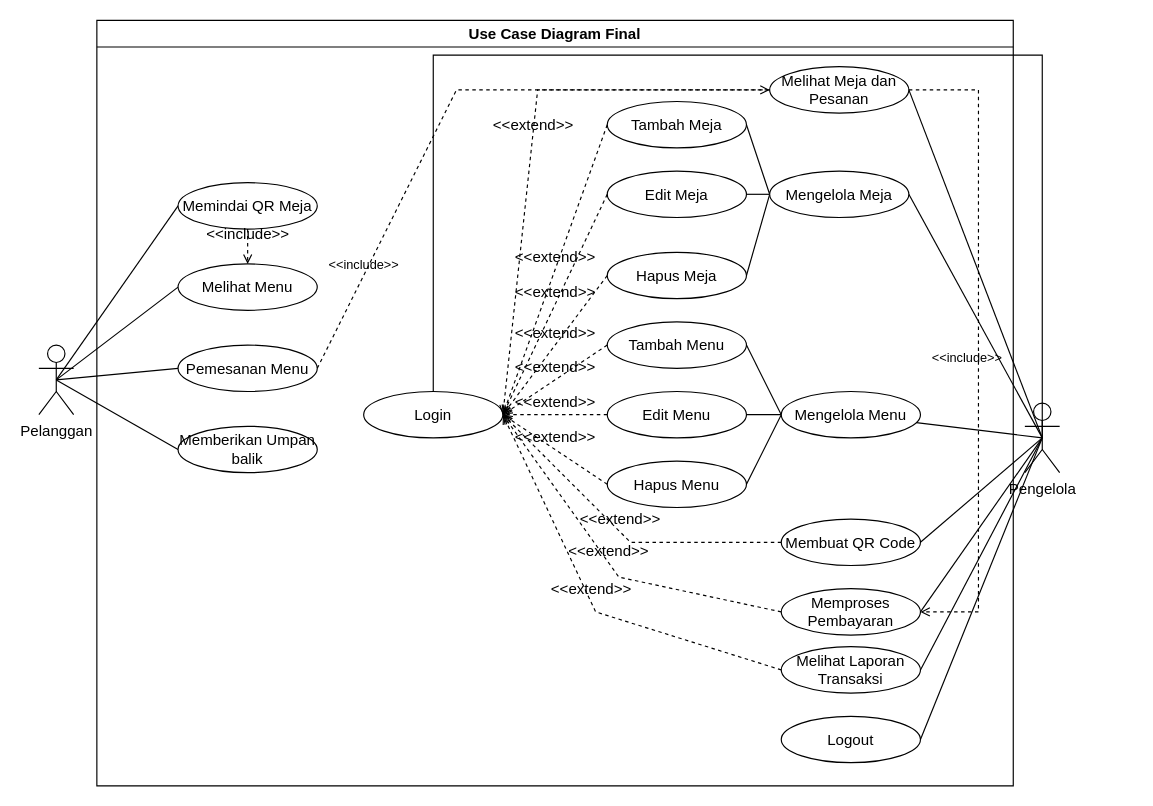
Earlier version of the draw.io diagram Docs/Use Case/final diagram.drawio (gustitriprayoga/Sistem-Pembayaran-QR). Source tidied: cells renumbered, new cells numbered last; positions are measured from the earlier drawing's top-left corner, leaving out a move shared by most shapes. Both pictures are drawn from the tidied source at 116%, with x=0, y=0 at pixel (38, 20).
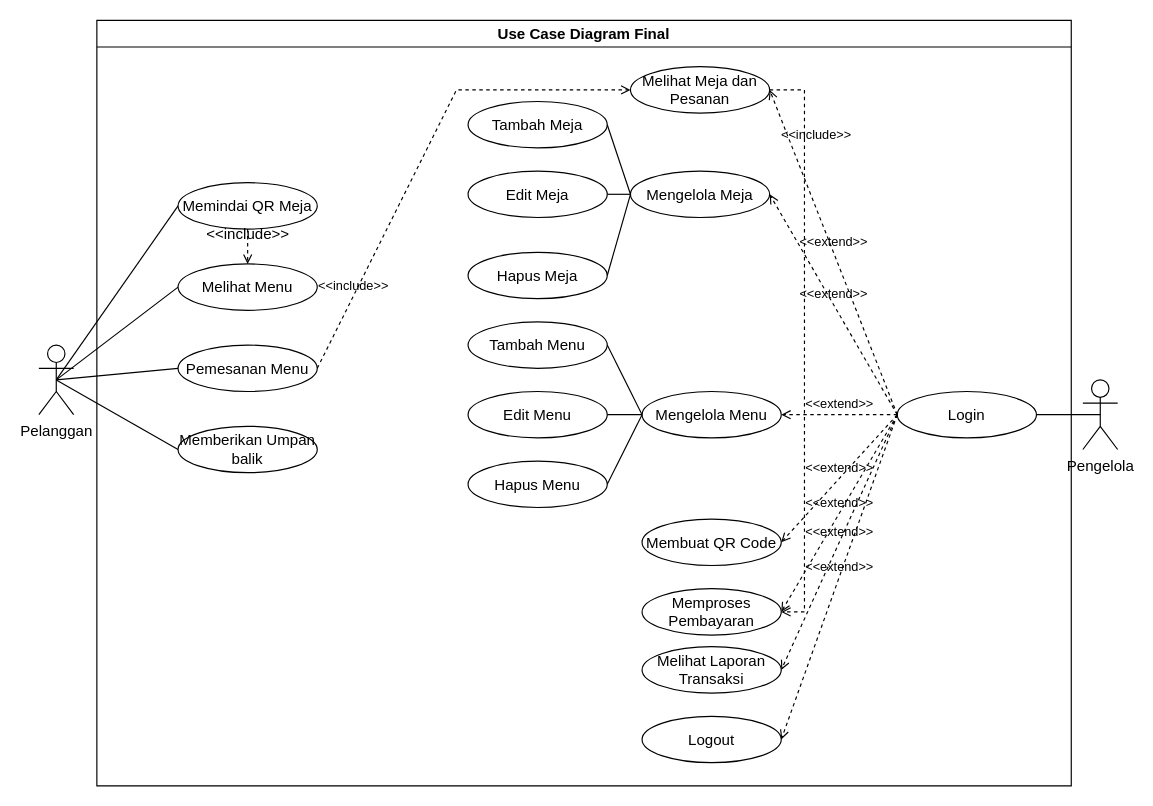
After the change.

Unchanged cells that the change refers to:
```xml
<mxCell id="14" value="Memindai QR Meja" style="ellipse;whiteSpace=wrap;html=1;fontSize=13;" parent="1" vertex="1">
  <mxGeometry x="120" y="140" width="120" height="40" as="geometry" />
</mxCell>
<mxCell id="16" value="Melihat Menu" style="ellipse;whiteSpace=wrap;html=1;fontSize=13;" parent="1" vertex="1">
  <mxGeometry x="120" y="210" width="120" height="40" as="geometry" />
</mxCell>
```

The edit, as a diff of the source:
```diff
@@
-    <mxCell id="7" style="rounded=0;jettySize=auto;html=1;exitX=0.5;exitY=0.5;exitDx=0;exitDy=0;exitPerimeter=0;entryX=1;entryY=0.5;entryDx=0;entryDy=0;endArrow=none;startFill=0;fontSize=13;" parent="1" edge="1" source="13" target="29">
-      <mxGeometry relative="1" as="geometry" />
-    </mxCell>
-    <mxCell id="8" style="rounded=0;jettySize=auto;html=1;exitX=0.5;exitY=0.5;exitDx=0;exitDy=0;exitPerimeter=0;entryX=1;entryY=0.5;entryDx=0;entryDy=0;endArrow=none;startFill=0;fontSize=13;" parent="1" edge="1" source="13" target="28">
-      <mxGeometry relative="1" as="geometry" />
-    </mxCell>
-    <mxCell id="9" style="rounded=0;jettySize=auto;html=1;exitX=0.5;exitY=0.5;exitDx=0;exitDy=0;exitPerimeter=0;endArrow=none;startFill=0;fontSize=13;" parent="1" edge="1" source="13" target="24">
-      <mxGeometry relative="1" as="geometry" />
-    </mxCell>
-    <mxCell id="10" style="rounded=0;jettySize=auto;html=1;exitX=0.5;exitY=0.5;exitDx=0;exitDy=0;exitPerimeter=0;entryX=1;entryY=0.5;entryDx=0;entryDy=0;endArrow=none;startFill=0;fontSize=13;" parent="1" edge="1" source="13" target="47">
-      <mxGeometry relative="1" as="geometry" />
-    </mxCell>
-    <mxCell id="11" style="rounded=0;jettySize=auto;html=1;exitX=0.5;exitY=0.5;exitDx=0;exitDy=0;exitPerimeter=0;entryX=1;entryY=0.5;entryDx=0;entryDy=0;endArrow=none;startFill=0;fontSize=13;" parent="1" edge="1" source="13" target="48">
-      <mxGeometry relative="1" as="geometry" />
-    </mxCell>
-    <mxCell id="12" style="rounded=0;jettySize=auto;html=1;exitX=0.5;exitY=0.5;exitDx=0;exitDy=0;exitPerimeter=0;entryX=1;entryY=0.5;entryDx=0;entryDy=0;endArrow=none;startFill=0;fontSize=13;" parent="1" edge="1" source="13" target="49">
-      <mxGeometry relative="1" as="geometry" />
-    </mxCell>
     <mxCell id="13" value="Pengelola" style="shape=umlActor;verticalLabelPosition=bottom;verticalAlign=top;html=1;outlineConnect=0;fontSize=13;" parent="1" vertex="1">
-      <mxGeometry x="850" y="330" width="30" height="60" as="geometry" />
+      <mxGeometry x="900" y="310" width="30" height="60" as="geometry" />
     </mxCell>
@@
-    <mxCell id="15" value="Login" style="ellipse;whiteSpace=wrap;html=1;fontSize=13;" parent="1" vertex="1">
-      <mxGeometry x="280" y="320" width="120" height="40" as="geometry" />
-    </mxCell>
@@
+    <mxCell id="20" value="Pemesanan Menu" style="ellipse;whiteSpace=wrap;html=1;fontSize=13;" parent="1" vertex="1">
+      <mxGeometry x="120" y="280" width="120" height="40" as="geometry" />
+    </mxCell>
+    <mxCell id="43" value="&amp;lt;&amp;lt;include&amp;gt;&amp;gt;" style="html=1;verticalAlign=bottom;labelBackgroundColor=none;endArrow=open;endFill=0;dashed=1;rounded=0;exitX=0.5;exitY=1;exitDx=0;exitDy=0;entryX=0.5;entryY=0;entryDx=0;entryDy=0;fontSize=13;" parent="1" edge="1" source="14" target="16">
+      <mxGeometry relative="1" as="geometry" />
+    </mxCell>
+    <mxCell id="44" value="Use Case Diagram Final" style="swimlane;whiteSpace=wrap;html=1;fontSize=13;" parent="1" vertex="1">
+      <mxGeometry x="50" width="840" height="660" as="geometry" />
+    </mxCell>
+    <mxCell id="45" value="Memberikan Umpan balik" style="ellipse;whiteSpace=wrap;html=1;fontSize=13;" parent="44" vertex="1">
+      <mxGeometry x="70" y="350" width="120" height="40" as="geometry" />
+    </mxCell>
+    <mxCell id="30" value="Tambah Meja" style="ellipse;whiteSpace=wrap;html=1;fontSize=13;" parent="44" vertex="1">
+      <mxGeometry x="320" y="70" width="120" height="40" as="geometry" />
+    </mxCell>
+    <mxCell id="29" value="Melihat Meja dan Pesanan" style="ellipse;whiteSpace=wrap;html=1;fontSize=13;" parent="44" vertex="1">
+      <mxGeometry x="460" y="40" width="120" height="40" as="geometry" />
+    </mxCell>
+    <mxCell id="31" value="Edit Meja" style="ellipse;whiteSpace=wrap;html=1;fontSize=13;" parent="44" vertex="1">
+      <mxGeometry x="320" y="130" width="120" height="40" as="geometry" />
+    </mxCell>
+    <mxCell id="32" value="Hapus Meja" style="ellipse;whiteSpace=wrap;html=1;fontSize=13;" parent="44" vertex="1">
+      <mxGeometry x="320" y="200" width="120" height="40" as="geometry" />
+    </mxCell>
-    <mxCell id="17" value="Tambah Menu" style="ellipse;whiteSpace=wrap;html=1;fontSize=13;" parent="1" vertex="1">
-      <mxGeometry x="490" y="260" width="120" height="40" as="geometry" />
+    <mxCell id="17" value="Tambah Menu" style="ellipse;whiteSpace=wrap;html=1;fontSize=13;" parent="44" vertex="1">
+      <mxGeometry x="320" y="260" width="120" height="40" as="geometry" />
     </mxCell>
-    <mxCell id="18" value="Edit Menu" style="ellipse;whiteSpace=wrap;html=1;fontSize=13;" parent="1" vertex="1">
-      <mxGeometry x="490" y="320" width="120" height="40" as="geometry" />
+    <mxCell id="18" value="Edit Menu" style="ellipse;whiteSpace=wrap;html=1;fontSize=13;" parent="44" vertex="1">
+      <mxGeometry x="320" y="320" width="120" height="40" as="geometry" />
     </mxCell>
-    <mxCell id="19" value="Hapus Menu" style="ellipse;whiteSpace=wrap;html=1;fontSize=13;" parent="1" vertex="1">
-      <mxGeometry x="490" y="380" width="120" height="40" as="geometry" />
+    <mxCell id="19" value="Hapus Menu" style="ellipse;whiteSpace=wrap;html=1;fontSize=13;" parent="44" vertex="1">
+      <mxGeometry x="320" y="380" width="120" height="40" as="geometry" />
     </mxCell>
-    <mxCell id="20" value="Pemesanan Menu" style="ellipse;whiteSpace=wrap;html=1;fontSize=13;" parent="1" vertex="1">
-      <mxGeometry x="120" y="280" width="120" height="40" as="geometry" />
-    </mxCell>
+    <mxCell id="52" value="&amp;lt;&amp;lt;include&amp;gt;&amp;gt;" style="html=1;verticalAlign=bottom;labelBackgroundColor=none;endArrow=open;endFill=0;dashed=1;rounded=0;exitX=1;exitY=0.5;exitDx=0;exitDy=0;entryX=1;entryY=0.5;entryDx=0;entryDy=0;" parent="44" edge="1" source="29" target="48">
+      <mxGeometry x="-0.69" y="10" relative="1" as="geometry">
+        <Array as="points">
+          <mxPoint x="610" y="60" />
+          <mxPoint x="610" y="320" />
+          <mxPoint x="610" y="510" />
+        </Array>
+      </mxGeometry>
+    </mxCell>
+    <mxCell id="47" value="Membuat QR Code" style="ellipse;whiteSpace=wrap;html=1;fontSize=13;" parent="44" vertex="1">
+      <mxGeometry x="470" y="430" width="120" height="40" as="geometry" />
+    </mxCell>
+    <mxCell id="24" value="Mengelola Menu" style="ellipse;whiteSpace=wrap;html=1;fontSize=13;" parent="44" vertex="1">
+      <mxGeometry x="470" y="320" width="120" height="40" as="geometry" />
+    </mxCell>
-    <mxCell id="21" style="rounded=0;jettySize=auto;html=1;exitX=0;exitY=0.5;exitDx=0;exitDy=0;entryX=1;entryY=0.5;entryDx=0;entryDy=0;endArrow=none;startFill=0;fontSize=13;" parent="1" edge="1" source="24" target="17">
+    <mxCell id="21" style="rounded=0;jettySize=auto;html=1;exitX=0;exitY=0.5;exitDx=0;exitDy=0;entryX=1;entryY=0.5;entryDx=0;entryDy=0;endArrow=none;startFill=0;fontSize=13;" parent="44" edge="1" source="24" target="17">
       <mxGeometry relative="1" as="geometry" />
     </mxCell>
+    <mxCell id="48" value="Memproses Pembayaran" style="ellipse;whiteSpace=wrap;html=1;fontSize=13;" parent="44" vertex="1">
+      <mxGeometry x="470" y="490" width="120" height="40" as="geometry" />
+    </mxCell>
-    <mxCell id="22" style="edgeStyle=orthogonalEdgeStyle;rounded=0;jettySize=auto;html=1;exitX=0;exitY=0.5;exitDx=0;exitDy=0;entryX=1;entryY=0.5;entryDx=0;entryDy=0;endArrow=none;startFill=0;fontSize=13;" parent="1" edge="1" source="24" target="18">
+    <mxCell id="22" style="edgeStyle=orthogonalEdgeStyle;rounded=0;jettySize=auto;html=1;exitX=0;exitY=0.5;exitDx=0;exitDy=0;entryX=1;entryY=0.5;entryDx=0;entryDy=0;endArrow=none;startFill=0;fontSize=13;" parent="44" edge="1" source="24" target="18">
       <mxGeometry relative="1" as="geometry" />
     </mxCell>
+    <mxCell id="49" value="Melihat Laporan Transaksi" style="ellipse;whiteSpace=wrap;html=1;fontSize=13;" parent="44" vertex="1">
+      <mxGeometry x="470" y="540" width="120" height="40" as="geometry" />
+    </mxCell>
-    <mxCell id="23" style="rounded=0;jettySize=auto;html=1;exitX=0;exitY=0.5;exitDx=0;exitDy=0;entryX=1;entryY=0.5;entryDx=0;entryDy=0;endArrow=none;startFill=0;fontSize=13;" parent="1" edge="1" source="24" target="19">
+    <mxCell id="23" style="rounded=0;jettySize=auto;html=1;exitX=0;exitY=0.5;exitDx=0;exitDy=0;entryX=1;entryY=0.5;entryDx=0;entryDy=0;endArrow=none;startFill=0;fontSize=13;" parent="44" edge="1" source="24" target="19">
       <mxGeometry relative="1" as="geometry" />
     </mxCell>
-    <mxCell id="24" value="Mengelola Menu" style="ellipse;whiteSpace=wrap;html=1;fontSize=13;" parent="1" vertex="1">
-      <mxGeometry x="640" y="320" width="120" height="40" as="geometry" />
-    </mxCell>
+    <mxCell id="46" value="Logout" style="ellipse;whiteSpace=wrap;html=1;fontSize=13;" parent="44" vertex="1">
+      <mxGeometry x="470" y="600" width="120" height="40" as="geometry" />
+    </mxCell>
+    <mxCell id="28" value="Mengelola Meja" style="ellipse;whiteSpace=wrap;html=1;fontSize=13;" parent="44" vertex="1">
+      <mxGeometry x="460" y="130" width="120" height="40" as="geometry" />
+    </mxCell>
-    <mxCell id="25" style="rounded=0;jettySize=auto;html=1;exitX=0;exitY=0.5;exitDx=0;exitDy=0;entryX=1;entryY=0.5;entryDx=0;entryDy=0;endArrow=none;startFill=0;fontSize=13;" parent="1" edge="1" source="28" target="30">
+    <mxCell id="25" style="rounded=0;jettySize=auto;html=1;exitX=0;exitY=0.5;exitDx=0;exitDy=0;entryX=1;entryY=0.5;entryDx=0;entryDy=0;endArrow=none;startFill=0;fontSize=13;" parent="44" edge="1" source="28" target="30">
       <mxGeometry relative="1" as="geometry" />
     </mxCell>
-    <mxCell id="26" style="rounded=0;jettySize=auto;html=1;exitX=0;exitY=0.5;exitDx=0;exitDy=0;entryX=1;entryY=0.5;entryDx=0;entryDy=0;endArrow=none;startFill=0;fontSize=13;" parent="1" edge="1" source="28" target="31">
+    <mxCell id="26" style="rounded=0;jettySize=auto;html=1;exitX=0;exitY=0.5;exitDx=0;exitDy=0;entryX=1;entryY=0.5;entryDx=0;entryDy=0;endArrow=none;startFill=0;fontSize=13;" parent="44" edge="1" source="28" target="31">
       <mxGeometry relative="1" as="geometry" />
     </mxCell>
-    <mxCell id="27" style="rounded=0;jettySize=auto;html=1;exitX=0;exitY=0.5;exitDx=0;exitDy=0;entryX=1;entryY=0.5;entryDx=0;entryDy=0;endArrow=none;startFill=0;fontSize=13;" parent="1" edge="1" source="28" target="32">
+    <mxCell id="27" style="rounded=0;jettySize=auto;html=1;exitX=0;exitY=0.5;exitDx=0;exitDy=0;entryX=1;entryY=0.5;entryDx=0;entryDy=0;endArrow=none;startFill=0;fontSize=13;" parent="44" edge="1" source="28" target="32">
       <mxGeometry relative="1" as="geometry" />
     </mxCell>
-    <mxCell id="28" value="Mengelola Meja" style="ellipse;whiteSpace=wrap;html=1;fontSize=13;" parent="1" vertex="1">
-      <mxGeometry x="630" y="130" width="120" height="40" as="geometry" />
-    </mxCell>
-    <mxCell id="29" value="Melihat Meja dan Pesanan" style="ellipse;whiteSpace=wrap;html=1;fontSize=13;" parent="1" vertex="1">
-      <mxGeometry x="630" y="40" width="120" height="40" as="geometry" />
-    </mxCell>
-    <mxCell id="30" value="Tambah Meja" style="ellipse;whiteSpace=wrap;html=1;fontSize=13;" parent="1" vertex="1">
-      <mxGeometry x="490" y="70" width="120" height="40" as="geometry" />
-    </mxCell>
-    <mxCell id="31" value="Edit Meja" style="ellipse;whiteSpace=wrap;html=1;fontSize=13;" parent="1" vertex="1">
-      <mxGeometry x="490" y="130" width="120" height="40" as="geometry" />
-    </mxCell>
-    <mxCell id="32" value="Hapus Meja" style="ellipse;whiteSpace=wrap;html=1;fontSize=13;" parent="1" vertex="1">
-      <mxGeometry x="490" y="200" width="120" height="40" as="geometry" />
-    </mxCell>
-    <mxCell id="33" value="&amp;lt;&amp;lt;extend&amp;gt;&amp;gt;" style="html=1;verticalAlign=bottom;labelBackgroundColor=none;endArrow=open;endFill=0;dashed=1;rounded=0;exitX=0;exitY=0.5;exitDx=0;exitDy=0;entryX=1;entryY=0.5;entryDx=0;entryDy=0;fontSize=13;" parent="1" edge="1" source="30" target="15">
-      <mxGeometry relative="1" as="geometry" />
-    </mxCell>
-    <mxCell id="34" value="&amp;lt;&amp;lt;extend&amp;gt;&amp;gt;" style="html=1;verticalAlign=bottom;labelBackgroundColor=none;endArrow=open;endFill=0;dashed=1;rounded=0;exitX=0;exitY=0.5;exitDx=0;exitDy=0;entryX=1;entryY=0.5;entryDx=0;entryDy=0;fontSize=13;" parent="1" edge="1" source="31" target="15">
-      <mxGeometry relative="1" as="geometry" />
-    </mxCell>
-    <mxCell id="35" value="&amp;lt;&amp;lt;extend&amp;gt;&amp;gt;" style="html=1;verticalAlign=bottom;labelBackgroundColor=none;endArrow=open;endFill=0;dashed=1;rounded=0;exitX=0;exitY=0.5;exitDx=0;exitDy=0;entryX=1;entryY=0.5;entryDx=0;entryDy=0;fontSize=13;" parent="1" edge="1" source="32" target="15">
-      <mxGeometry relative="1" as="geometry" />
-    </mxCell>
-    <mxCell id="36" value="&amp;lt;&amp;lt;extend&amp;gt;&amp;gt;" style="html=1;verticalAlign=bottom;labelBackgroundColor=none;endArrow=open;endFill=0;dashed=1;rounded=0;exitX=0;exitY=0.5;exitDx=0;exitDy=0;entryX=1;entryY=0.5;entryDx=0;entryDy=0;fontSize=13;" parent="1" edge="1" source="17" target="15">
-      <mxGeometry relative="1" as="geometry" />
-    </mxCell>
-    <mxCell id="37" value="&amp;lt;&amp;lt;extend&amp;gt;&amp;gt;" style="html=1;verticalAlign=bottom;labelBackgroundColor=none;endArrow=open;endFill=0;dashed=1;rounded=0;exitX=0;exitY=0.5;exitDx=0;exitDy=0;entryX=1;entryY=0.5;entryDx=0;entryDy=0;fontSize=13;" parent="1" edge="1" source="18" target="15">
-      <mxGeometry relative="1" as="geometry" />
-    </mxCell>
-    <mxCell id="38" value="&amp;lt;&amp;lt;extend&amp;gt;&amp;gt;" style="html=1;verticalAlign=bottom;labelBackgroundColor=none;endArrow=open;endFill=0;dashed=1;rounded=0;exitX=0;exitY=0.5;exitDx=0;exitDy=0;entryX=1;entryY=0.5;entryDx=0;entryDy=0;fontSize=13;" parent="1" edge="1" source="19" target="15">
-      <mxGeometry relative="1" as="geometry" />
-    </mxCell>
-    <mxCell id="39" value="&amp;lt;&amp;lt;extend&amp;gt;&amp;gt;" style="html=1;verticalAlign=bottom;labelBackgroundColor=none;endArrow=open;endFill=0;dashed=1;rounded=0;exitX=0;exitY=0.5;exitDx=0;exitDy=0;entryX=1;entryY=0.5;entryDx=0;entryDy=0;fontSize=13;" parent="1" edge="1" source="49" target="15">
-      <mxGeometry relative="1" as="geometry">
-        <Array as="points">
-          <mxPoint x="480" y="510" />
-        </Array>
-      </mxGeometry>
-    </mxCell>
-    <mxCell id="40" value="&amp;lt;&amp;lt;extend&amp;gt;&amp;gt;" style="html=1;verticalAlign=bottom;labelBackgroundColor=none;endArrow=open;endFill=0;dashed=1;rounded=0;exitX=0;exitY=0.5;exitDx=0;exitDy=0;entryX=1;entryY=0.5;entryDx=0;entryDy=0;fontSize=13;" parent="1" edge="1" source="48" target="15">
-      <mxGeometry relative="1" as="geometry">
-        <Array as="points">
-          <mxPoint x="500" y="480" />
-        </Array>
-      </mxGeometry>
-    </mxCell>
-    <mxCell id="41" value="&amp;lt;&amp;lt;extend&amp;gt;&amp;gt;" style="html=1;verticalAlign=bottom;labelBackgroundColor=none;endArrow=open;endFill=0;dashed=1;rounded=0;exitX=0;exitY=0.5;exitDx=0;exitDy=0;fontSize=13;" parent="1" edge="1" source="47">
-      <mxGeometry relative="1" as="geometry">
-        <mxPoint x="400" y="340" as="targetPoint" />
-        <Array as="points">
-          <mxPoint x="510" y="450" />
-        </Array>
-      </mxGeometry>
-    </mxCell>
-    <mxCell id="42" value="&amp;lt;&amp;lt;extend&amp;gt;&amp;gt;" style="html=1;verticalAlign=bottom;labelBackgroundColor=none;endArrow=open;endFill=0;dashed=1;rounded=0;exitX=0;exitY=0.5;exitDx=0;exitDy=0;entryX=1;entryY=0.5;entryDx=0;entryDy=0;fontSize=13;" parent="1" edge="1" source="29" target="15">
-      <mxGeometry relative="1" as="geometry">
-        <Array as="points">
-          <mxPoint x="430" y="60" />
-        </Array>
-      </mxGeometry>
-    </mxCell>
-    <mxCell id="43" value="&amp;lt;&amp;lt;include&amp;gt;&amp;gt;" style="html=1;verticalAlign=bottom;labelBackgroundColor=none;endArrow=open;endFill=0;dashed=1;rounded=0;exitX=0.5;exitY=1;exitDx=0;exitDy=0;entryX=0.5;entryY=0;entryDx=0;entryDy=0;fontSize=13;" parent="1" edge="1" source="14" target="16">
-      <mxGeometry relative="1" as="geometry" />
-    </mxCell>
-    <mxCell id="44" value="Use Case Diagram Final" style="swimlane;whiteSpace=wrap;html=1;fontSize=13;" parent="1" vertex="1">
-      <mxGeometry x="50" width="790" height="660" as="geometry" />
-    </mxCell>
-    <mxCell id="45" value="Memberikan Umpan balik" style="ellipse;whiteSpace=wrap;html=1;fontSize=13;" parent="44" vertex="1">
-      <mxGeometry x="70" y="350" width="120" height="40" as="geometry" />
-    </mxCell>
-    <mxCell id="46" value="Logout" style="ellipse;whiteSpace=wrap;html=1;fontSize=13;" parent="44" vertex="1">
-      <mxGeometry x="590" y="600" width="120" height="40" as="geometry" />
-    </mxCell>
-    <mxCell id="47" value="Membuat QR Code" style="ellipse;whiteSpace=wrap;html=1;fontSize=13;" parent="44" vertex="1">
-      <mxGeometry x="590" y="430" width="120" height="40" as="geometry" />
-    </mxCell>
-    <mxCell id="48" value="Memproses Pembayaran" style="ellipse;whiteSpace=wrap;html=1;fontSize=13;" parent="44" vertex="1">
-      <mxGeometry x="590" y="490" width="120" height="40" as="geometry" />
-    </mxCell>
-    <mxCell id="49" value="Melihat Laporan Transaksi" style="ellipse;whiteSpace=wrap;html=1;fontSize=13;" parent="44" vertex="1">
-      <mxGeometry x="590" y="540" width="120" height="40" as="geometry" />
-    </mxCell>
+    <mxCell id="15" value="Login" style="ellipse;whiteSpace=wrap;html=1;fontSize=13;" parent="44" vertex="1">
+      <mxGeometry x="690" y="320" width="120" height="40" as="geometry" />
+    </mxCell>
+    <mxCell id="54" value="&amp;lt;&amp;lt;extend&amp;gt;&amp;gt;" style="html=1;verticalAlign=bottom;labelBackgroundColor=none;endArrow=open;endFill=0;dashed=1;rounded=0;exitX=0;exitY=0.5;exitDx=0;exitDy=0;entryX=1;entryY=0.5;entryDx=0;entryDy=0;" parent="44" edge="1" source="15" target="29">
+      <mxGeometry relative="1" as="geometry" />
+    </mxCell>
+    <mxCell id="55" value="&amp;lt;&amp;lt;extend&amp;gt;&amp;gt;" style="html=1;verticalAlign=bottom;labelBackgroundColor=none;endArrow=open;endFill=0;dashed=1;rounded=0;entryX=1;entryY=0.5;entryDx=0;entryDy=0;exitX=0;exitY=0.5;exitDx=0;exitDy=0;" parent="44" edge="1" source="15" target="24">
+      <mxGeometry relative="1" as="geometry" />
+    </mxCell>
+    <mxCell id="56" value="&amp;lt;&amp;lt;extend&amp;gt;&amp;gt;" style="html=1;verticalAlign=bottom;labelBackgroundColor=none;endArrow=open;endFill=0;dashed=1;rounded=0;exitX=0;exitY=0.5;exitDx=0;exitDy=0;entryX=1;entryY=0.5;entryDx=0;entryDy=0;" parent="44" edge="1" source="15" target="47">
+      <mxGeometry relative="1" as="geometry" />
+    </mxCell>
+    <mxCell id="57" value="&amp;lt;&amp;lt;extend&amp;gt;&amp;gt;" style="html=1;verticalAlign=bottom;labelBackgroundColor=none;endArrow=open;endFill=0;dashed=1;rounded=0;exitX=0;exitY=0.5;exitDx=0;exitDy=0;entryX=1;entryY=0.5;entryDx=0;entryDy=0;" parent="44" edge="1" source="15" target="48">
+      <mxGeometry relative="1" as="geometry" />
+    </mxCell>
+    <mxCell id="58" value="&amp;lt;&amp;lt;extend&amp;gt;&amp;gt;" style="html=1;verticalAlign=bottom;labelBackgroundColor=none;endArrow=open;endFill=0;dashed=1;rounded=0;exitX=0;exitY=0.5;exitDx=0;exitDy=0;entryX=1;entryY=0.5;entryDx=0;entryDy=0;" parent="44" edge="1" source="15" target="49">
+      <mxGeometry relative="1" as="geometry" />
+    </mxCell>
+    <mxCell id="59" value="&amp;lt;&amp;lt;extend&amp;gt;&amp;gt;" style="html=1;verticalAlign=bottom;labelBackgroundColor=none;endArrow=open;endFill=0;dashed=1;rounded=0;exitX=0;exitY=0.5;exitDx=0;exitDy=0;entryX=1;entryY=0.5;entryDx=0;entryDy=0;" parent="44" edge="1" source="15" target="46">
+      <mxGeometry relative="1" as="geometry" />
+    </mxCell>
+    <mxCell id="60" value="&amp;lt;&amp;lt;extend&amp;gt;&amp;gt;" style="html=1;verticalAlign=bottom;labelBackgroundColor=none;endArrow=open;endFill=0;dashed=1;rounded=0;entryX=1;entryY=0.5;entryDx=0;entryDy=0;exitX=0;exitY=0.5;exitDx=0;exitDy=0;" parent="44" edge="1" source="15" target="28">
+      <mxGeometry relative="1" as="geometry" />
+    </mxCell>
+    <mxCell id="51" value="&amp;lt;&amp;lt;include&amp;gt;&amp;gt;" style="html=1;verticalAlign=bottom;labelBackgroundColor=none;endArrow=open;endFill=0;dashed=1;rounded=0;exitX=1;exitY=0.5;exitDx=0;exitDy=0;" parent="1" edge="1" source="20">
+      <mxGeometry x="-0.67" relative="1" as="geometry">
+        <mxPoint x="510" y="60" as="targetPoint" />
+        <Array as="points">
+          <mxPoint x="360" y="60" />
+        </Array>
+      </mxGeometry>
+    </mxCell>
-    <mxCell id="50" style="rounded=0;jettySize=auto;html=1;exitX=0.5;exitY=0.5;exitDx=0;exitDy=0;exitPerimeter=0;entryX=0.5;entryY=0;entryDx=0;entryDy=0;endArrow=none;startFill=0;fontSize=13;" parent="44" edge="1" source="13" target="15">
-      <mxGeometry relative="1" as="geometry">
-        <Array as="points">
-          <mxPoint x="815" y="30" />
-          <mxPoint x="290" y="30" />
-        </Array>
-      </mxGeometry>
+    <mxCell id="50" style="rounded=0;jettySize=auto;html=1;exitX=0.5;exitY=0.5;exitDx=0;exitDy=0;exitPerimeter=0;entryX=1;entryY=0.5;entryDx=0;entryDy=0;endArrow=none;startFill=0;fontSize=13;" parent="1" edge="1" source="13" target="15">
+      <mxGeometry relative="1" as="geometry" />
     </mxCell>
-    <mxCell id="51" value="&amp;lt;&amp;lt;include&amp;gt;&amp;gt;" style="html=1;verticalAlign=bottom;labelBackgroundColor=none;endArrow=open;endFill=0;dashed=1;rounded=0;exitX=1;exitY=0.5;exitDx=0;exitDy=0;" parent="1" edge="1" source="20">
-      <mxGeometry x="-0.67" relative="1" as="geometry">
-        <mxPoint x="630" y="60" as="targetPoint" />
-        <Array as="points">
-          <mxPoint x="360" y="60" />
-        </Array>
-      </mxGeometry>
-    </mxCell>
-    <mxCell id="52" value="&amp;lt;&amp;lt;include&amp;gt;&amp;gt;" style="html=1;verticalAlign=bottom;labelBackgroundColor=none;endArrow=open;endFill=0;dashed=1;rounded=0;exitX=1;exitY=0.5;exitDx=0;exitDy=0;entryX=1;entryY=0.5;entryDx=0;entryDy=0;" parent="1" edge="1" source="29" target="48">
-      <mxGeometry x="0.07" y="-10" relative="1" as="geometry">
-        <Array as="points">
-          <mxPoint x="810" y="60" />
-          <mxPoint x="810" y="310" />
-          <mxPoint x="810" y="510" />
-        </Array>
-      </mxGeometry>
-    </mxCell>
-    <mxCell id="53" style="rounded=0;jettySize=auto;html=1;exitX=0.5;exitY=0.5;exitDx=0;exitDy=0;exitPerimeter=0;entryX=1;entryY=0.5;entryDx=0;entryDy=0;endArrow=none;startFill=0;fontSize=13;" parent="1" edge="1" source="13" target="46">
-      <mxGeometry relative="1" as="geometry" />
-    </mxCell>
```
